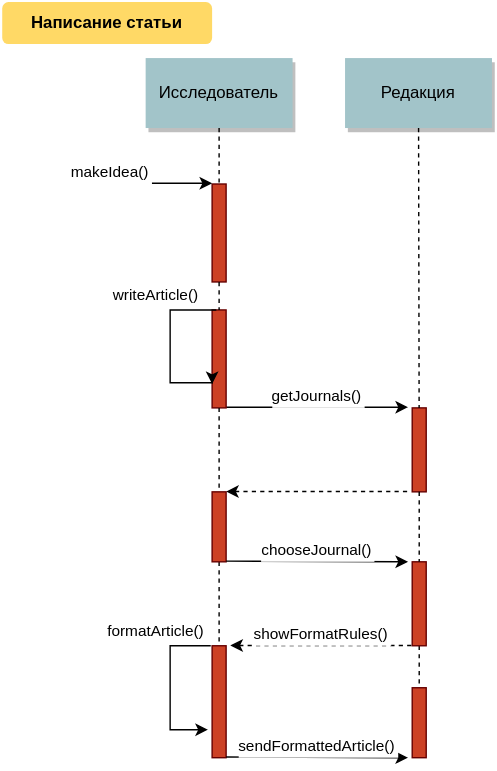
h31/SoftwareArchitecture keeps this draw.io diagram as Seq1.svg. Above is the earlier version. Source tidied: cells renumbered, new cells last; positions are measured from the earlier drawing's top-left corner, leaving out a move shared by most shapes.
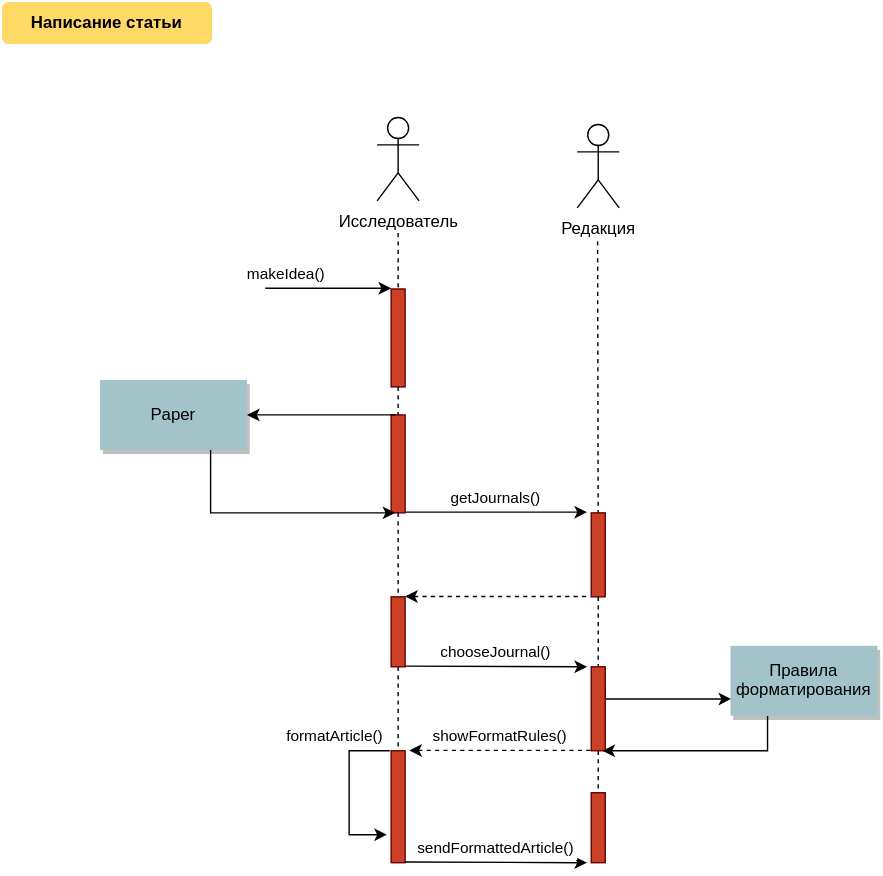
After the commit.

Commit message:
Sequential diagrams

What changed in the source:
```diff
@@ -6,100 +6,105 @@
       <mxGeometry x="150" y="130" width="10" height="70" as="geometry" />
     </mxCell>
     <mxCell id="3" value="makeIdea()" style="edgeStyle=none;verticalLabelPosition=top;verticalAlign=bottom;labelPosition=left;align=right;" parent="1" edge="1">
-      <mxGeometry x="110" y="49.5" as="geometry">
+      <mxGeometry x="198" y="114.5" as="geometry">
         <mxPoint x="60" y="129.5" as="sourcePoint" />
         <mxPoint x="150" y="129.5" as="targetPoint" />
       </mxGeometry>
     </mxCell>
-    <mxCell id="4" value="Исследователь" style="shadow=1;fillColor=#A2C4C9;strokeColor=none;" parent="1" vertex="1">
-      <mxGeometry x="102.5" y="40" width="105" height="50" as="geometry" />
-    </mxCell>
     <mxCell id="5" style="fillColor=#CC4125;strokeColor=#660000;" parent="1" vertex="1">
       <mxGeometry x="293" y="290" width="10" height="60" as="geometry" />
     </mxCell>
-    <mxCell id="6" value="Редакция" style="shadow=1;fillColor=#A2C4C9;strokeColor=none;" parent="1" vertex="1">
-      <mxGeometry x="245" y="40" width="105" height="50" as="geometry" />
-    </mxCell>
-    <mxCell id="7" style="edgeStyle=none;endArrow=none;dashed=1;" parent="1" edge="1" source="6" target="5">
-      <mxGeometry x="272.3" y="165" as="geometry" />
+    <mxCell id="7" style="edgeStyle=none;endArrow=none;dashed=1;" parent="1" edge="1" target="5">
+      <mxGeometry x="360.3" y="230" as="geometry">
+        <mxPoint x="297.5" y="90" as="sourcePoint" />
+      </mxGeometry>
     </mxCell>
     <mxCell id="8" value="getJournals()" style="edgeStyle=none;verticalLabelPosition=top;verticalAlign=bottom;" parent="1" edge="1">
-      <mxGeometry x="220" y="222" as="geometry">
+      <mxGeometry x="308" y="287" as="geometry">
         <mxPoint x="160" y="289.5" as="sourcePoint" />
         <mxPoint x="290" y="289.5" as="targetPoint" />
       </mxGeometry>
     </mxCell>
     <mxCell id="9" style="edgeStyle=none;verticalLabelPosition=top;verticalAlign=bottom;endArrow=none;startArrow=classic;dashed=1;" parent="1" edge="1">
-      <mxGeometry x="220" y="282.3" as="geometry">
+      <mxGeometry x="308" y="347.3" as="geometry">
         <mxPoint x="160" y="349.8" as="sourcePoint" />
         <mxPoint x="290" y="349.8" as="targetPoint" />
       </mxGeometry>
     </mxCell>
-    <mxCell id="10" style="edgeStyle=elbowEdgeStyle;elbow=horizontal;endArrow=none;dashed=1;" parent="1" edge="1" source="4" target="2">
-      <mxGeometry x="230" y="310" as="geometry" />
+    <mxCell id="10" style="edgeStyle=elbowEdgeStyle;elbow=horizontal;endArrow=none;dashed=1;" parent="1" edge="1" target="2">
+      <mxGeometry x="318" y="375" as="geometry">
+        <mxPoint x="155" y="90" as="sourcePoint" />
+      </mxGeometry>
     </mxCell>
     <mxCell id="11" style="fillColor=#CC4125;strokeColor=#660000;" parent="1" vertex="1">
       <mxGeometry x="150" y="460" width="10" height="80" as="geometry" />
     </mxCell>
     <mxCell id="12" style="edgeStyle=none;dashed=1;endArrow=none;" parent="1" edge="1" source="19" target="11">
-      <mxGeometry x="50" y="300" as="geometry" />
+      <mxGeometry x="138" y="365" as="geometry" />
     </mxCell>
     <mxCell id="13" style="fillColor=#CC4125;strokeColor=#660000;" parent="1" vertex="1">
       <mxGeometry x="293" y="490" width="10" height="50" as="geometry" />
     </mxCell>
     <mxCell id="14" style="edgeStyle=none;endArrow=none;dashed=1;" parent="1" edge="1" source="22" target="13">
-      <mxGeometry x="376.6" y="339.7" as="geometry" />
+      <mxGeometry x="464.6" y="404.7" as="geometry" />
     </mxCell>
     <mxCell id="15" value="Написание статьи" style="rounded=1;fontStyle=1;fillColor=#FFD966;strokeColor=none;" parent="1" vertex="1">
-      <mxGeometry width="150" height="30" as="geometry" />
+      <mxGeometry x="-128" y="-75" width="150" height="30" as="geometry" />
     </mxCell>
     <mxCell id="16" style="fillColor=#CC4125;strokeColor=#660000;" parent="1" vertex="1">
       <mxGeometry x="150" y="220" width="10" height="70" as="geometry" />
     </mxCell>
     <mxCell id="17" style="edgeStyle=none;dashed=1;endArrow=none;" parent="1" edge="1" source="2" target="16">
-      <mxGeometry x="50" y="300" as="geometry" />
+      <mxGeometry x="138" y="365" as="geometry" />
     </mxCell>
-    <mxCell id="18" value="writeArticle()" style="edgeStyle=orthogonalEdgeStyle;rounded=0;exitX=0.25;exitY=0;entryX=0;entryY=0.75;endArrow=classic;endFill=1;jettySize=auto;orthogonalLoop=1;fontColor=#000000;" parent="1" edge="1" source="16" target="16">
-      <mxGeometry x="-0.43" y="-14" relative="1" as="geometry">
+    <mxCell id="18" style="edgeStyle=orthogonalEdgeStyle;rounded=0;exitX=0.25;exitY=0;endArrow=classic;endFill=1;jettySize=auto;fontColor=#000000;entryX=1;entryY=0.5;" parent="1" edge="1" source="16" target="29">
+      <mxGeometry x="-0.37" y="-10" relative="1" as="geometry">
         <Array as="points">
-          <mxPoint x="120" y="220" />
-          <mxPoint x="120" y="272" />
+          <mxPoint x="72" y="220" />
+          <mxPoint x="72" y="220" />
         </Array>
-        <mxPoint x="4" y="-10" as="offset" />
+        <mxPoint x="10" y="-10" as="offset" />
       </mxGeometry>
     </mxCell>
     <mxCell id="19" style="fillColor=#CC4125;strokeColor=#660000;" parent="1" vertex="1">
       <mxGeometry x="150" y="350" width="10" height="50" as="geometry" />
     </mxCell>
     <mxCell id="20" style="edgeStyle=none;dashed=1;endArrow=none;" parent="1" edge="1" source="16" target="19">
-      <mxGeometry x="50" y="300" as="geometry" />
+      <mxGeometry x="138" y="365" as="geometry" />
     </mxCell>
     <mxCell id="21" value="chooseJournal()" style="edgeStyle=none;verticalLabelPosition=top;verticalAlign=bottom;" parent="1" edge="1">
-      <mxGeometry x="220" y="332" as="geometry">
+      <mxGeometry x="308" y="397" as="geometry">
         <mxPoint x="160" y="399.5" as="sourcePoint" />
         <mxPoint x="290" y="400" as="targetPoint" />
       </mxGeometry>
     </mxCell>
+    <mxCell id="27" style="edgeStyle=orthogonalEdgeStyle;rounded=0;html=1;exitX=1;exitY=0.25;entryX=0;entryY=0.75;jettySize=auto;fontSize=13;" parent="1" edge="1" source="22" target="31">
+      <mxGeometry relative="1" as="geometry">
+        <Array as="points">
+          <mxPoint x="303" y="423" />
+        </Array>
+      </mxGeometry>
+    </mxCell>
     <mxCell id="22" style="fillColor=#CC4125;strokeColor=#660000;" parent="1" vertex="1">
       <mxGeometry x="293" y="400" width="10" height="60" as="geometry" />
     </mxCell>
     <mxCell id="23" style="edgeStyle=none;endArrow=none;dashed=1;" parent="1" edge="1" source="5" target="22">
-      <mxGeometry x="376.6" y="339.7" as="geometry" />
+      <mxGeometry x="464.6" y="404.7" as="geometry" />
     </mxCell>
     <mxCell id="24" value="showFormatRules()" style="edgeStyle=none;verticalLabelPosition=top;verticalAlign=bottom;endArrow=none;startArrow=classic;dashed=1;" parent="1" edge="1">
-      <mxGeometry x="223" y="392.3" as="geometry">
+      <mxGeometry x="311" y="457.3" as="geometry">
         <mxPoint x="163" y="459.8" as="sourcePoint" />
         <mxPoint x="293" y="459.8" as="targetPoint" />
       </mxGeometry>
     </mxCell>
     <mxCell id="25" value="sendFormattedArticle()" style="edgeStyle=none;verticalLabelPosition=top;verticalAlign=bottom;" parent="1" edge="1">
-      <mxGeometry x="220" y="472" as="geometry">
+      <mxGeometry x="308" y="537" as="geometry">
         <mxPoint x="160" y="539.5" as="sourcePoint" />
         <mxPoint x="290" y="540" as="targetPoint" />
       </mxGeometry>
     </mxCell>
     <mxCell id="26" value="formatArticle()" style="edgeStyle=orthogonalEdgeStyle;rounded=0;exitX=0.25;exitY=0;endArrow=classic;endFill=1;jettySize=auto;orthogonalLoop=1;fontColor=#000000;" parent="1" edge="1">
-      <mxGeometry as="geometry">
+      <mxGeometry x="88" y="65" as="geometry">
         <mxPoint x="149.4" y="460" as="sourcePoint" />
         <mxPoint x="147" y="520" as="targetPoint" />
         <Array as="points">
@@ -109,5 +114,31 @@
         <mxPoint x="-38" y="-40" as="offset" />
       </mxGeometry>
     </mxCell>
+    <mxCell id="6" value="Редакция" style="shape=umlActor;verticalLabelPosition=bottom;labelBackgroundColor=#ffffff;verticalAlign=top;html=1;" parent="1" vertex="1">
+      <mxGeometry x="283" y="12" width="30" height="60" as="geometry" />
+    </mxCell>
+    <mxCell id="28" style="edgeStyle=orthogonalEdgeStyle;html=1;exitX=0.75;exitY=1;entryX=0.25;entryY=1;jettySize=auto;fontSize=13;rounded=0;" parent="1" edge="1" source="29" target="16">
+      <mxGeometry relative="1" as="geometry">
+        <Array as="points">
+          <mxPoint x="21" y="290" />
+        </Array>
+      </mxGeometry>
+    </mxCell>
+    <mxCell id="29" value="Paper" style="shadow=1;fillColor=#A2C4C9;strokeColor=none;" parent="1" vertex="1">
+      <mxGeometry x="-58" y="195" width="105" height="50" as="geometry" />
+    </mxCell>
+    <mxCell id="30" style="edgeStyle=orthogonalEdgeStyle;rounded=0;html=1;exitX=0.25;exitY=1;entryX=0.75;entryY=1;jettySize=auto;fontSize=13;" parent="1" edge="1" source="31" target="22">
+      <mxGeometry relative="1" as="geometry">
+        <Array as="points">
+          <mxPoint x="419" y="460" />
+        </Array>
+      </mxGeometry>
+    </mxCell>
+    <mxCell id="31" value="Правила&#10;форматирования" style="shadow=1;fillColor=#A2C4C9;strokeColor=none;" parent="1" vertex="1">
+      <mxGeometry x="392.5" y="385" width="105" height="50" as="geometry" />
+    </mxCell>
+    <mxCell id="4" value="Исследователь" style="shape=umlActor;verticalLabelPosition=bottom;labelBackgroundColor=#ffffff;verticalAlign=top;html=1;" parent="1" vertex="1">
+      <mxGeometry x="140" y="7" width="30" height="60" as="geometry" />
+    </mxCell>
   </root>
 </mxGraphModel>
```
